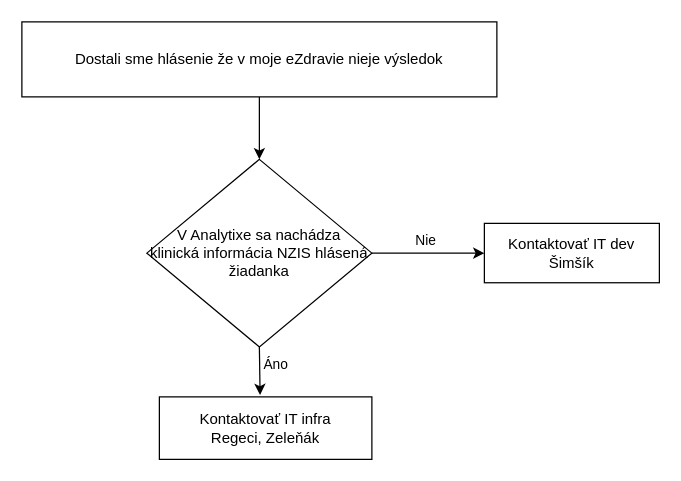
The draw.io diagram NCZI_vysledky.drawio in petersimsik/pieskovisko, before the edit. Source tidied: cells renumbered, new cells numbered last; positions are measured from the earlier drawing's top-left corner, leaving out a move shared by most shapes. Both pictures are drawn from the tidied source at 125%, with x=0, y=0 at pixel (21, 21).
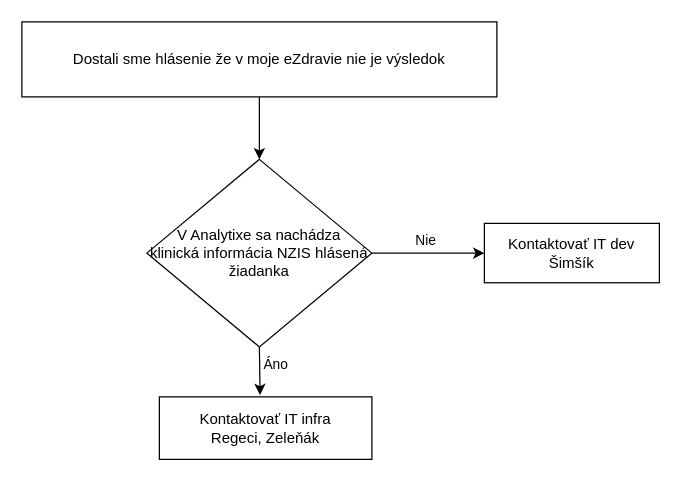
The same page after the edit.

Diff of the diagram source:
```diff
@@
 <mxGraphModel>
   <root>
     <mxCell id="0" />
     <mxCell id="1" parent="0" />
     <mxCell id="2" style="edgeStyle=orthogonalEdgeStyle;rounded=0;jettySize=auto;html=1;exitX=0.5;exitY=1;exitDx=0;exitDy=0;entryX=0.5;entryY=0;entryDx=0;entryDy=0;" parent="1" edge="1" source="3" target="8">
       <mxGeometry relative="1" as="geometry" />
     </mxCell>
-    <mxCell id="3" value="Dostali sme hlásenie že v moje eZdravie nieje výsledok" style="rounded=0;whiteSpace=wrap;html=1;" parent="1" vertex="1">
+    <mxCell id="3" value="Dostali sme hlásenie že v moje eZdravie nie je výsledok" style="rounded=0;whiteSpace=wrap;html=1;" parent="1" vertex="1">
       <mxGeometry width="380" height="60" as="geometry" />
     </mxCell>
     <mxCell id="4" style="edgeStyle=orthogonalEdgeStyle;rounded=0;jettySize=auto;html=1;exitX=0.5;exitY=1;exitDx=0;exitDy=0;entryX=0.474;entryY=-0.03;entryDx=0;entryDy=0;entryPerimeter=0;" parent="1" edge="1" source="8" target="9">
       <mxGeometry relative="1" as="geometry" />
     </mxCell>
     <mxCell id="5" value="Áno" style="edgeLabel;html=1;align=center;verticalAlign=middle;" parent="4" vertex="1">
       <mxGeometry x="-0.27" relative="1" as="geometry">
         <mxPoint x="12" as="offset" />
       </mxGeometry>
     </mxCell>
     <mxCell id="6" style="edgeStyle=orthogonalEdgeStyle;rounded=0;jettySize=auto;html=1;exitX=1;exitY=0.5;exitDx=0;exitDy=0;" parent="1" edge="1" source="8" target="10">
       <mxGeometry relative="1" as="geometry" />
     </mxCell>
     <mxCell id="7" value="Nie" style="edgeLabel;html=1;align=center;verticalAlign=middle;" parent="6" vertex="1">
       <mxGeometry x="0.41" relative="1" as="geometry">
         <mxPoint x="-21" y="-11" as="offset" />
       </mxGeometry>
     </mxCell>
     <mxCell id="8" value="&lt;div&gt;V Analytixe sa nachádza &lt;br&gt;&lt;/div&gt;&lt;div&gt;klinická informácia NZIS hlásená žiadanka&lt;/div&gt;" style="rhombus;whiteSpace=wrap;html=1;" parent="1" vertex="1">
       <mxGeometry x="100" y="110" width="180" height="150" as="geometry" />
     </mxCell>
     <mxCell id="9" value="&lt;div&gt;Kontaktovať IT infra&lt;/div&gt;&lt;div&gt;Regeci, Zeleňák&lt;br&gt;&lt;/div&gt;" style="rounded=0;whiteSpace=wrap;html=1;" parent="1" vertex="1">
       <mxGeometry x="110" y="300" width="170" height="50" as="geometry" />
     </mxCell>
     <mxCell id="10" value="&lt;div&gt;Kontaktovať IT dev&lt;/div&gt;Šimšík" style="rounded=0;whiteSpace=wrap;html=1;" parent="1" vertex="1">
       <mxGeometry x="370" y="161.2" width="140" height="47.5" as="geometry" />
     </mxCell>
   </root>
 </mxGraphModel>
```
